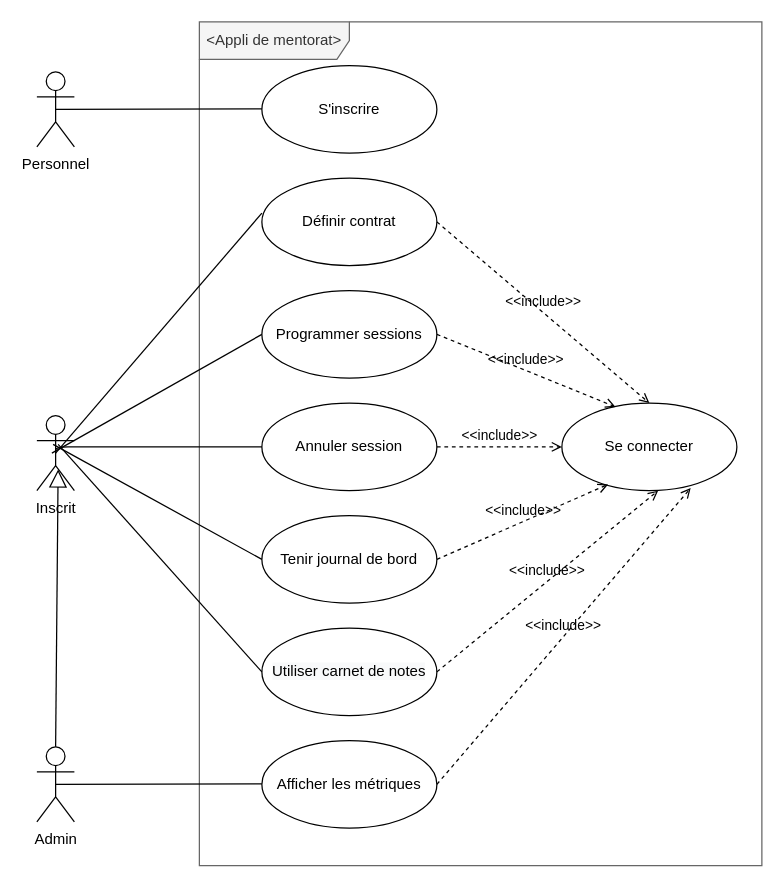
Before: page "User stories" (1 of 5) of UseCasesDiagram.drawio in emmo78/Project_ConceptionOfMentorApp, a draw.io diagram. Source tidied: cells renumbered, new cells numbered last; positions are measured from the earlier drawing's top-left corner, leaving out a move shared by most shapes. Both pictures are drawn from the tidied source at 125%, with x=0, y=0 at pixel (36, 21).
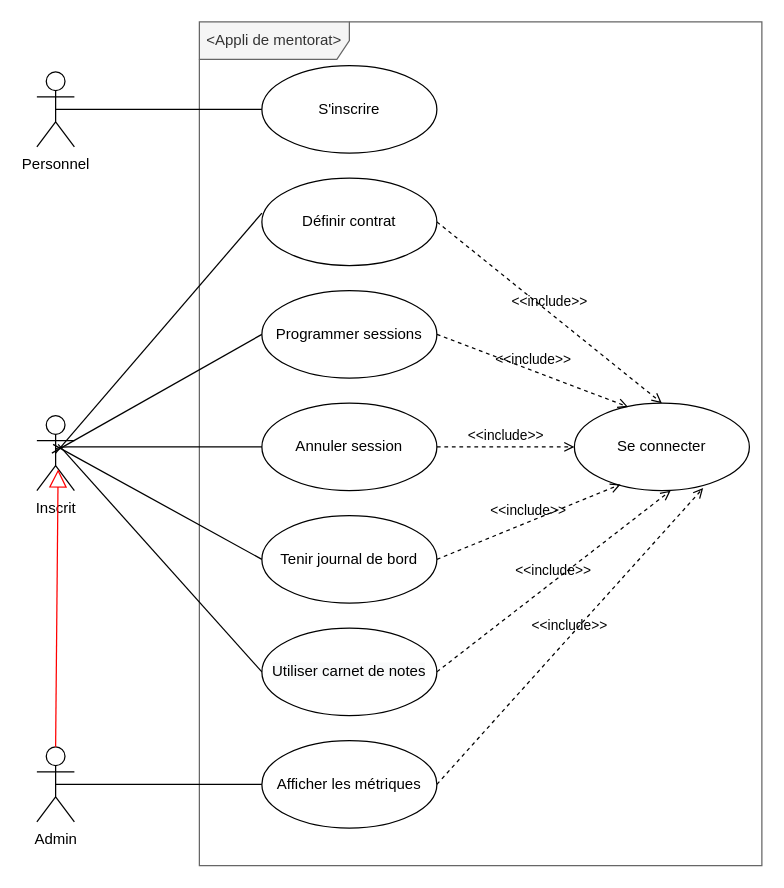
The same diagram, later.

The change refers to these unchanged cells:
```xml
<mxCell id="3" value="S'inscrire" style="ellipse;whiteSpace=wrap;html=1;" parent="1" vertex="1">
  <mxGeometry x="180" y="35" width="140" height="70" as="geometry" />
</mxCell>
<mxCell id="9" value="Afficher les métriques" style="ellipse;whiteSpace=wrap;html=1;" parent="1" vertex="1">
  <mxGeometry x="180" y="575" width="140" height="70" as="geometry" />
</mxCell>
<mxCell id="11" value="Inscrit" style="shape=umlActor;verticalLabelPosition=bottom;verticalAlign=top;html=1;" parent="1" vertex="1">
  <mxGeometry y="315" width="30" height="60" as="geometry" />
</mxCell>
<mxCell id="12" value="Personnel" style="shape=umlActor;verticalLabelPosition=bottom;verticalAlign=top;html=1;" parent="1" vertex="1">
  <mxGeometry y="40" width="30" height="60" as="geometry" />
</mxCell>
<mxCell id="19" value="Admin" style="shape=umlActor;verticalLabelPosition=bottom;verticalAlign=top;html=1;" parent="1" vertex="1">
  <mxGeometry y="580" width="30" height="60" as="geometry" />
</mxCell>
```

The edit, as a diff of the source:
```diff
@@
     <mxCell id="10" value="Se connecter" style="ellipse;whiteSpace=wrap;html=1;" parent="1" vertex="1">
-      <mxGeometry x="420" y="305" width="140" height="70" as="geometry" />
+      <mxGeometry x="430" y="305" width="140" height="70" as="geometry" />
     </mxCell>
@@
-    <mxCell id="13" style="endArrow=none;html=1;exitX=0.5;exitY=0.5;exitDx=0;exitDy=0;exitPerimeter=0;" parent="1" edge="1" source="12">
-      <mxGeometry relative="1" as="geometry">
-        <mxPoint x="180" y="69.5" as="targetPoint" />
-      </mxGeometry>
+    <mxCell id="13" style="endArrow=none;html=1;exitX=0.5;exitY=0.5;exitDx=0;exitDy=0;exitPerimeter=0;" parent="1" edge="1" source="12" target="3">
+      <mxGeometry relative="1" as="geometry" />
     </mxCell>
@@
-    <mxCell id="20" style="endArrow=none;html=1;exitX=0.5;exitY=0.5;exitDx=0;exitDy=0;exitPerimeter=0;" parent="1" edge="1" source="19">
-      <mxGeometry relative="1" as="geometry">
-        <mxPoint x="180" y="609.5" as="targetPoint" />
-      </mxGeometry>
+    <mxCell id="20" style="endArrow=none;html=1;exitX=0.5;exitY=0.5;exitDx=0;exitDy=0;exitPerimeter=0;" parent="1" edge="1" source="19" target="9">
+      <mxGeometry relative="1" as="geometry" />
     </mxCell>
@@
-    <mxCell id="27" style="endArrow=block;endFill=0;endSize=12;html=1;strokeWidth=1;entryX=0.567;entryY=0.717;entryDx=0;entryDy=0;entryPerimeter=0;exitX=0.5;exitY=0;exitDx=0;exitDy=0;exitPerimeter=0;" parent="1" edge="1" source="19" target="11">
+    <mxCell id="27" style="endArrow=block;endFill=0;endSize=12;html=1;strokeWidth=1;entryX=0.567;entryY=0.717;entryDx=0;entryDy=0;entryPerimeter=0;exitX=0.5;exitY=0;exitDx=0;exitDy=0;exitPerimeter=0;strokeColor=#FF0000;" parent="1" edge="1" source="19" target="11">
       <mxGeometry relative="1" as="geometry" />
     </mxCell>
```
